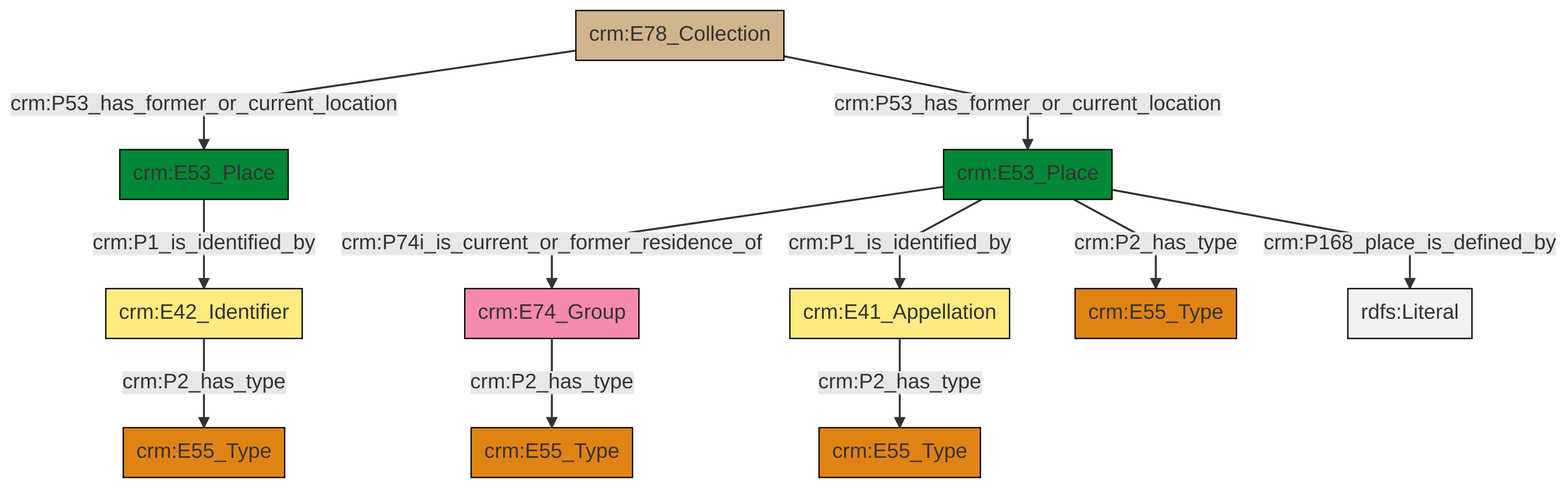
Before: et/archivalCSV/ttl/mmd/png/archival_location.png, a diagram exported from Mermaid (swiss-art-research-net/docs.swissartresearch). Its source is kept beside it as et/archivalCSV/ttl/mmd/archival_location.ttl.mmd.
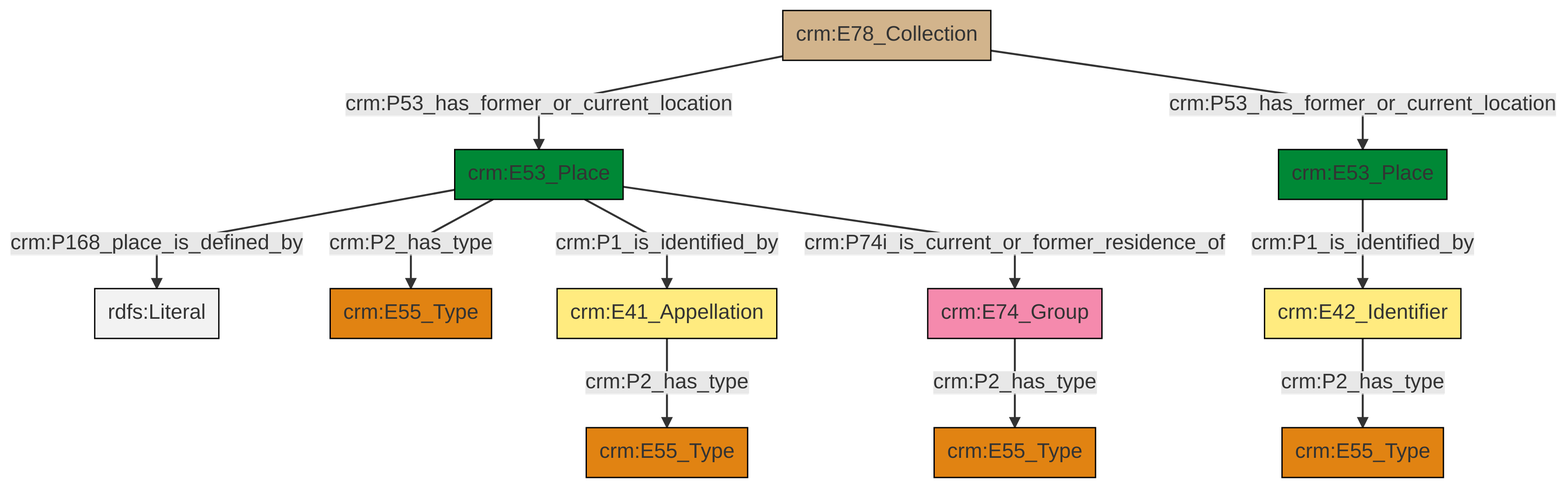
The same diagram one commit later.

Diff of the diagram source:
```diff
@@ -13,13 +13,13 @@
 classDef PC_Classes fill:#4ce600, stroke:#000000;
 classDef Multi fill:#cccccc,stroke:#000000;
 
-2["crm:E41_Appellation"]:::Appellation -->|crm:P2_has_type| 3["crm:E55_Type"]:::Type
-4["crm:E42_Identifier"]:::Appellation -->|crm:P2_has_type| 0["crm:E55_Type"]:::Type
-5["crm:E78_Collection"]:::Physical_Thing -->|crm:P53_has_former_or_current_location| 6["crm:E53_Place"]:::Place
-7["crm:E53_Place"]:::Place -->|crm:P74i_is_current_or_former_residence_of| 8["crm:E74_Group"]:::Actor
-8["crm:E74_Group"]:::Actor -->|crm:P2_has_type| 9["crm:E55_Type"]:::Type
-7["crm:E53_Place"]:::Place -->|crm:P2_has_type| 14["crm:E55_Type"]:::Type
-6["crm:E53_Place"]:::Place -->|crm:P1_is_identified_by| 4["crm:E42_Identifier"]:::Appellation
-5["crm:E78_Collection"]:::Physical_Thing -->|crm:P53_has_former_or_current_location| 7["crm:E53_Place"]:::Place
-7["crm:E53_Place"]:::Place -->|crm:P168_place_is_defined_by| 20[rdfs:Literal]:::Literal
-7["crm:E53_Place"]:::Place -->|crm:P1_is_identified_by| 2["crm:E41_Appellation"]:::Appellation
+0["crm:E53_Place"]:::Place -->|crm:P168_place_is_defined_by| 1[rdfs:Literal]:::Literal
+8["crm:E53_Place"]:::Place -->|crm:P1_is_identified_by| 2["crm:E42_Identifier"]:::Appellation
+0["crm:E53_Place"]:::Place -->|crm:P2_has_type| 13["crm:E55_Type"]:::Type
+6["crm:E78_Collection"]:::Physical_Thing -->|crm:P53_has_former_or_current_location| 0["crm:E53_Place"]:::Place
+11["crm:E41_Appellation"]:::Appellation -->|crm:P2_has_type| 15["crm:E55_Type"]:::Type
+0["crm:E53_Place"]:::Place -->|crm:P1_is_identified_by| 11["crm:E41_Appellation"]:::Appellation
+4["crm:E74_Group"]:::Actor -->|crm:P2_has_type| 19["crm:E55_Type"]:::Type
+2["crm:E42_Identifier"]:::Appellation -->|crm:P2_has_type| 16["crm:E55_Type"]:::Type
+0["crm:E53_Place"]:::Place -->|crm:P74i_is_current_or_former_residence_of| 4["crm:E74_Group"]:::Actor
+6["crm:E78_Collection"]:::Physical_Thing -->|crm:P53_has_former_or_current_location| 8["crm:E53_Place"]:::Place
```
